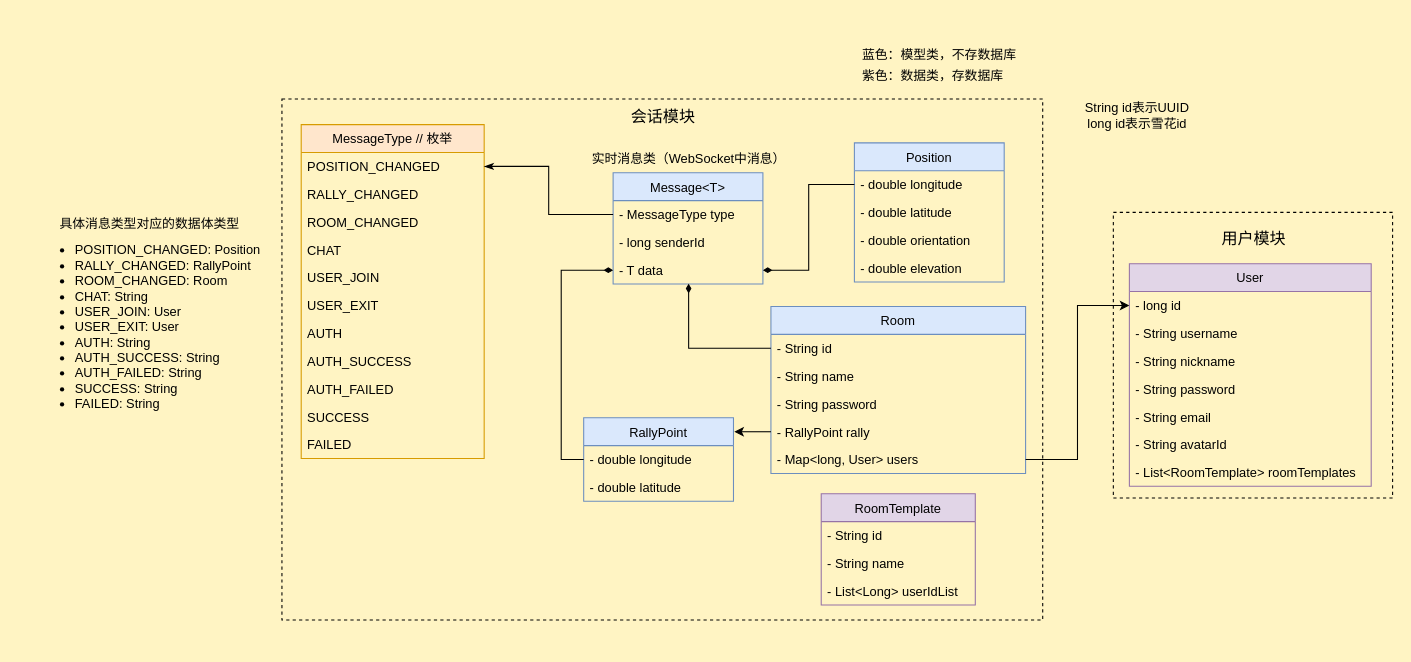
Above: page "类图" (1 of 4) of doc/图/findMe-UML.dio in swsk33/find-me-cloud (draw.io), before the change. Source tidied: cells renumbered, new cells numbered last; positions are measured from the earlier drawing's top-left corner, leaving out a move shared by most shapes. Both pictures are drawn from the tidied source at 107%, with x=0, y=0 at pixel (21, 41).
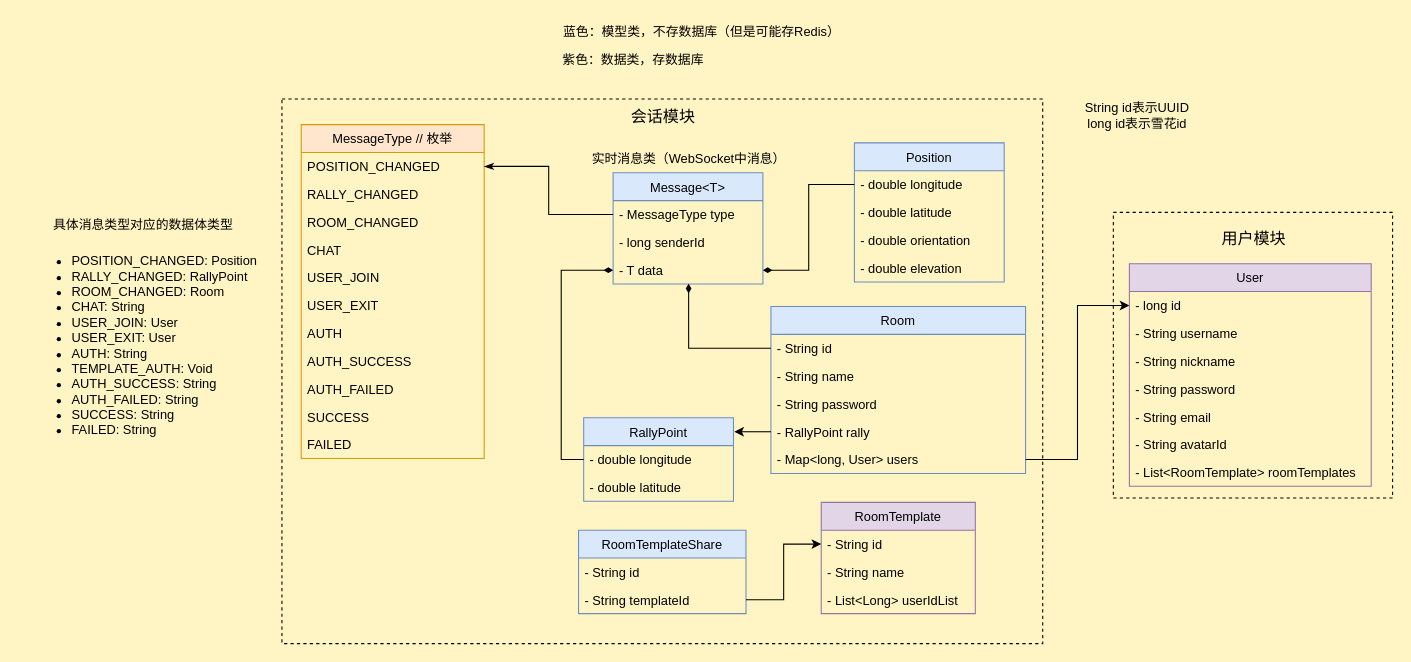
After the change.

Unchanged cells that the change refers to:
```xml
<mxCell id="58" value="- String id" style="text;strokeColor=none;fillColor=none;align=left;verticalAlign=top;spacingLeft=4;spacingRight=4;overflow=hidden;points=[[0,0.5],[1,0.5]];portConstraint=eastwest;" parent="57" vertex="1">
  <mxGeometry y="26" width="144" height="26" as="geometry" />
</mxCell>
```

Diff of the diagram source:
```diff
@@
     <mxCell id="2" style="rounded=0;whiteSpace=wrap;html=1;fillColor=none;dashed=1;" parent="1" vertex="1">
-      <mxGeometry x="243" y="54" width="711" height="487" as="geometry" />
+      <mxGeometry x="243" y="54" width="711" height="509" as="geometry" />
     </mxCell>
@@
-    <mxCell id="17" style="group;" parent="1" vertex="1">
-      <mxGeometry x="776" width="162" height="46" as="geometry" />
-    </mxCell>
-    <mxCell id="18" value="蓝色：模型类，不存数据库" style="text;html=1;align=center;verticalAlign=middle;strokeColor=none;fillColor=none;" parent="17" vertex="1">
-      <mxGeometry width="162" height="26" as="geometry" />
-    </mxCell>
-    <mxCell id="19" value="紫色：数据类，存数据库" style="text;html=1;align=center;verticalAlign=middle;strokeColor=none;fillColor=none;" parent="17" vertex="1">
-      <mxGeometry y="20" width="150" height="26" as="geometry" />
-    </mxCell>
@@
-    <mxCell id="54" style="group;" parent="1" vertex="1">
-      <mxGeometry y="158" width="231" height="206" as="geometry" />
-    </mxCell>
-    <mxCell id="55" value="具体消息类型对应的数据体类型" style="text;html=1;align=center;verticalAlign=middle;strokeColor=none;fillColor=none;" parent="54" vertex="1">
-      <mxGeometry x="26" width="186" height="26" as="geometry" />
-    </mxCell>
-    <mxCell id="56" value="&lt;ul&gt;&lt;li&gt;POSITION_CHANGED: Position&lt;/li&gt;&lt;li style=&quot;text-align: left;&quot;&gt;RALLY_CHANGED: RallyPoint&lt;/li&gt;&lt;li style=&quot;text-align: left;&quot;&gt;ROOM_CHANGED: Room&lt;br&gt;&lt;/li&gt;&lt;li style=&quot;text-align: left;&quot;&gt;CHAT: String&lt;br&gt;&lt;/li&gt;&lt;li style=&quot;text-align: left;&quot;&gt;USER_JOIN: User&lt;br&gt;&lt;/li&gt;&lt;li style=&quot;text-align: left;&quot;&gt;USER_EXIT: User&lt;br&gt;&lt;/li&gt;&lt;li style=&quot;text-align: left;&quot;&gt;AUTH: String&lt;/li&gt;&lt;li style=&quot;text-align: left;&quot;&gt;AUTH_SUCCESS: String&lt;br&gt;&lt;/li&gt;&lt;li style=&quot;text-align: left;&quot;&gt;AUTH_FAILED: String&lt;br&gt;&lt;/li&gt;&lt;li style=&quot;text-align: left;&quot;&gt;SUCCESS: String&lt;/li&gt;&lt;li style=&quot;text-align: left;&quot;&gt;FAILED: String&lt;/li&gt;&lt;/ul&gt;" style="text;html=1;align=center;verticalAlign=middle;strokeColor=none;fillColor=none;" parent="54" vertex="1">
-      <mxGeometry y="12" width="231" height="194" as="geometry" />
-    </mxCell>
     <mxCell id="57" value="RoomTemplate" style="swimlane;fontStyle=0;horizontal=1;startSize=26;fillColor=#e1d5e7;strokeColor=#9673a6;" parent="1" vertex="1">
-      <mxGeometry x="747" y="423" width="144" height="104" as="geometry" />
+      <mxGeometry x="747" y="431" width="144" height="104" as="geometry" />
     </mxCell>
@@
+    <mxCell id="62" style="group;" parent="1" vertex="1">
+      <mxGeometry x="496" y="-21" width="277" height="52" as="geometry" />
+    </mxCell>
+    <mxCell id="18" value="蓝色：模型类，不存数据库（但是可能存Redis）" style="text;html=1;align=center;verticalAlign=middle;strokeColor=none;fillColor=none;labelPosition=center;verticalLabelPosition=middle;" parent="62" vertex="1">
+      <mxGeometry width="277" height="26" as="geometry" />
+    </mxCell>
+    <mxCell id="19" value="紫色：数据类，存数据库" style="text;html=1;align=center;verticalAlign=middle;strokeColor=none;fillColor=none;labelPosition=center;verticalLabelPosition=middle;" parent="62" vertex="1">
+      <mxGeometry y="26" width="150" height="26" as="geometry" />
+    </mxCell>
+    <mxCell id="63" value="RoomTemplateShare" style="swimlane;fontStyle=0;horizontal=1;startSize=26;fillColor=#dae8fc;strokeColor=#6c8ebf;" parent="1" vertex="1">
+      <mxGeometry x="520.2" y="457" width="156.5" height="78" as="geometry" />
+    </mxCell>
+    <mxCell id="64" value="- String id" style="text;strokeColor=none;fillColor=none;align=left;verticalAlign=top;spacingLeft=4;spacingRight=4;overflow=hidden;" parent="63" vertex="1">
+      <mxGeometry y="26" width="156.5" height="26" as="geometry" />
+    </mxCell>
+    <mxCell id="65" value="- String templateId" style="text;strokeColor=none;fillColor=none;align=left;verticalAlign=top;spacingLeft=4;spacingRight=4;overflow=hidden;points=[[0,0.5],[1,0.5]];portConstraint=eastwest;" parent="63" vertex="1">
+      <mxGeometry y="52" width="156.5" height="26" as="geometry" />
+    </mxCell>
+    <mxCell id="66" style="edgeStyle=orthogonalEdgeStyle;rounded=0;jettySize=auto;html=1;exitX=1;exitY=0.5;exitDx=0;exitDy=0;entryX=0;entryY=0.5;entryDx=0;entryDy=0;" parent="1" edge="1" source="65" target="58">
+      <mxGeometry relative="1" as="geometry" />
+    </mxCell>
+    <mxCell id="67" style="group;" parent="1" vertex="1">
+      <mxGeometry x="-3" y="159" width="231" height="230" as="geometry" />
+    </mxCell>
+    <mxCell id="55" value="具体消息类型对应的数据体类型" style="text;html=1;align=center;verticalAlign=middle;strokeColor=none;fillColor=none;" parent="67" vertex="1">
+      <mxGeometry x="22.5" width="186" height="26" as="geometry" />
+    </mxCell>
+    <mxCell id="56" value="&lt;ul&gt;&lt;li&gt;POSITION_CHANGED: Position&lt;/li&gt;&lt;li style=&quot;text-align: left;&quot;&gt;RALLY_CHANGED: RallyPoint&lt;/li&gt;&lt;li style=&quot;text-align: left;&quot;&gt;ROOM_CHANGED: Room&lt;br&gt;&lt;/li&gt;&lt;li style=&quot;text-align: left;&quot;&gt;CHAT: String&lt;br&gt;&lt;/li&gt;&lt;li style=&quot;text-align: left;&quot;&gt;USER_JOIN: User&lt;br&gt;&lt;/li&gt;&lt;li style=&quot;text-align: left;&quot;&gt;USER_EXIT: User&lt;br&gt;&lt;/li&gt;&lt;li style=&quot;text-align: left;&quot;&gt;AUTH: String&lt;/li&gt;&lt;li style=&quot;border-color: var(--border-color); text-align: left;&quot;&gt;TEMPLATE_AUTH: Void&lt;/li&gt;&lt;li style=&quot;text-align: left;&quot;&gt;AUTH_SUCCESS: String&lt;br&gt;&lt;/li&gt;&lt;li style=&quot;text-align: left;&quot;&gt;AUTH_FAILED: String&lt;br&gt;&lt;/li&gt;&lt;li style=&quot;text-align: left;&quot;&gt;SUCCESS: String&lt;/li&gt;&lt;li style=&quot;text-align: left;&quot;&gt;FAILED: String&lt;/li&gt;&lt;/ul&gt;" style="text;html=1;align=center;verticalAlign=middle;strokeColor=none;fillColor=none;" parent="67" vertex="1">
+      <mxGeometry y="21" width="231" height="209" as="geometry" />
+    </mxCell>
```
